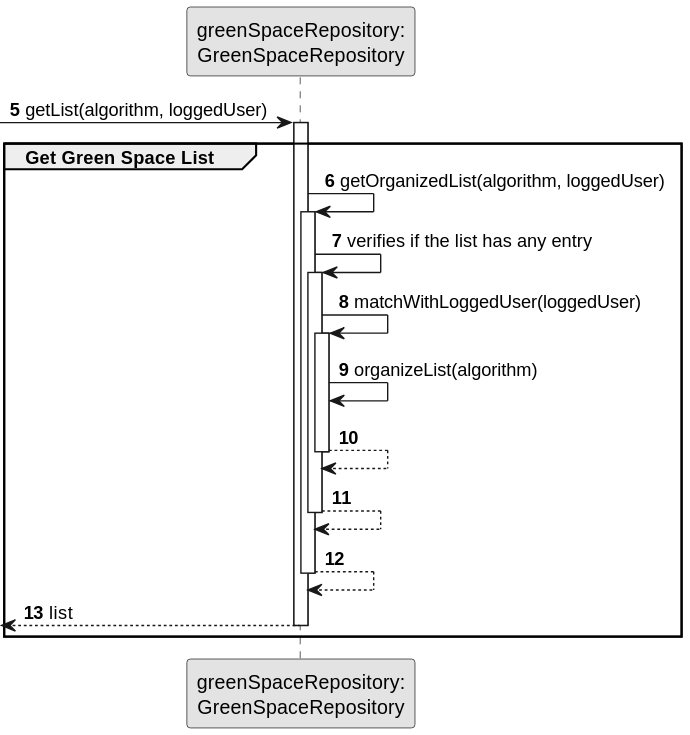
ricardomm7/leaflink keeps this PlantUML diagram as docs/sprintC/us027/03.design/svg/us027-sequence-diagram-partial-get-green-spaces-list.svg. Above is the earlier version.
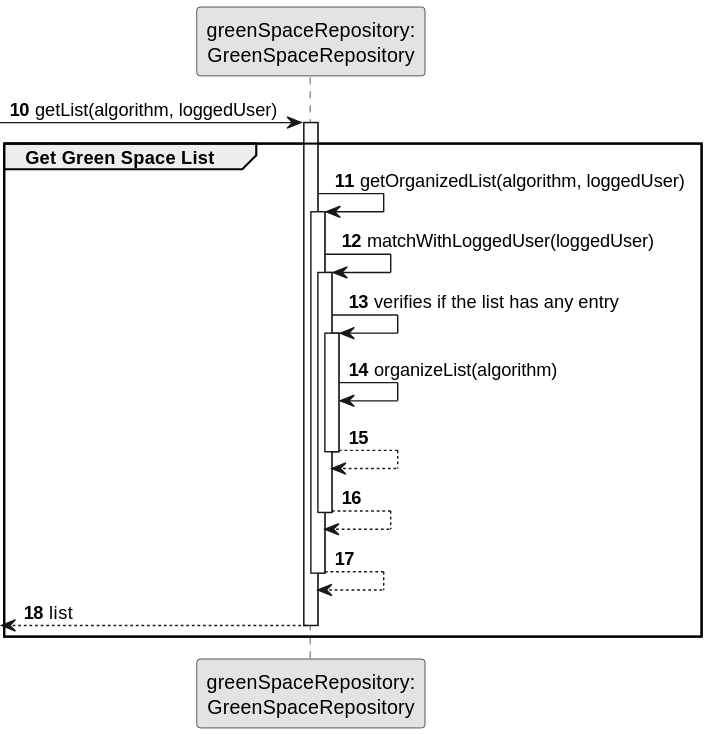
The same file after the commit.

Change to the diagram source:
```diff
@@ -8,7 +8,7 @@
 
 participant "greenSpaceRepository:\nGreenSpaceRepository" as GreenSpaceRepo
 
-autonumber 5
+autonumber 10
 
 
 
@@ -20,9 +20,9 @@
 activate GreenSpaceRepo
 GreenSpaceRepo -> GreenSpaceRepo : getOrganizedList(algorithm, loggedUser)
 activate GreenSpaceRepo
+GreenSpaceRepo -> GreenSpaceRepo : matchWithLoggedUser(loggedUser)
+activate GreenSpaceRepo
 GreenSpaceRepo -> GreenSpaceRepo : verifies if the list has any entry
-activate GreenSpaceRepo
-GreenSpaceRepo -> GreenSpaceRepo : matchWithLoggedUser(loggedUser)
 activate GreenSpaceRepo
 GreenSpaceRepo -> GreenSpaceRepo : organizeList(algorithm)
 GreenSpaceRepo --> GreenSpaceRepo
```
